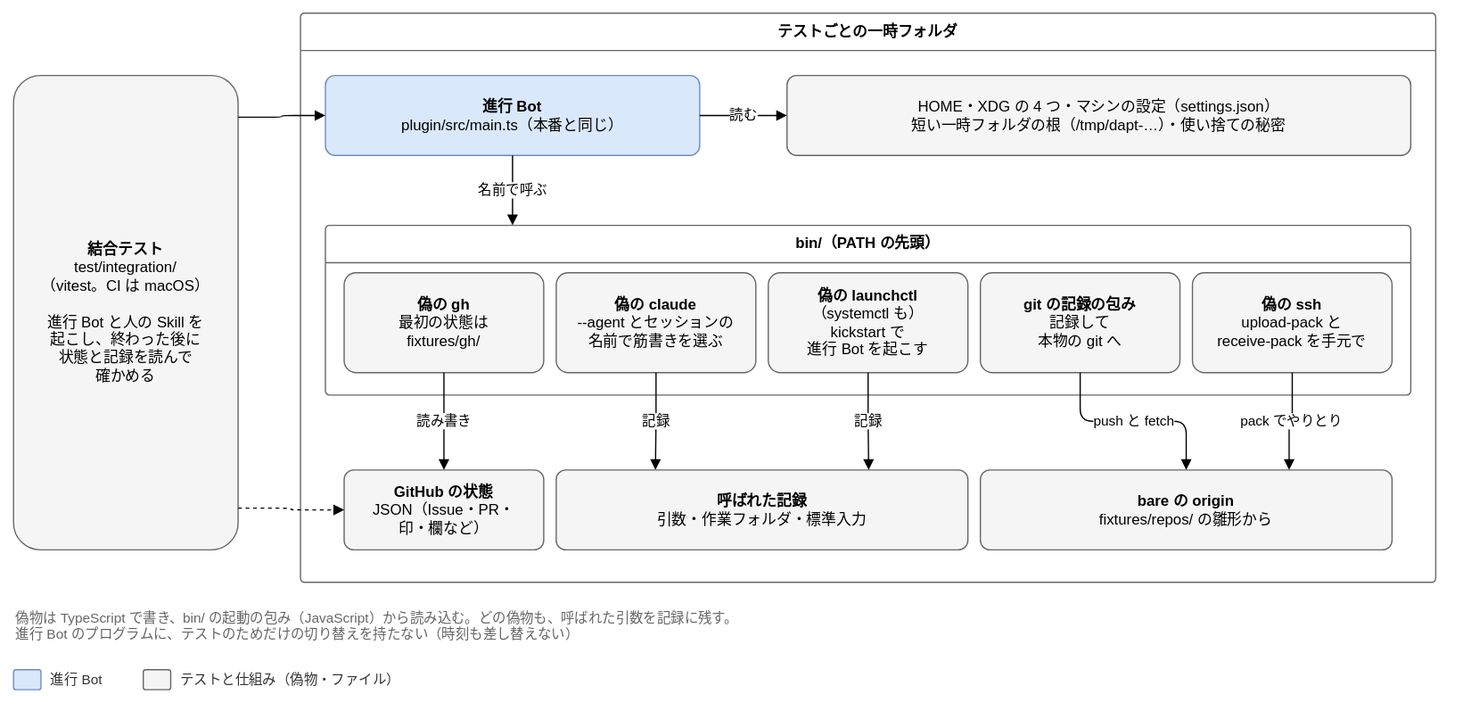
Before: docs/design/basic/diagrams/05-integration.drawio.svg, a diagram exported from draw.io (Joymerrevent/dev-autopilot). Source tidied: cells renumbered, new cells last; positions are measured from the earlier drawing's top-left corner, leaving out a move shared by most shapes.
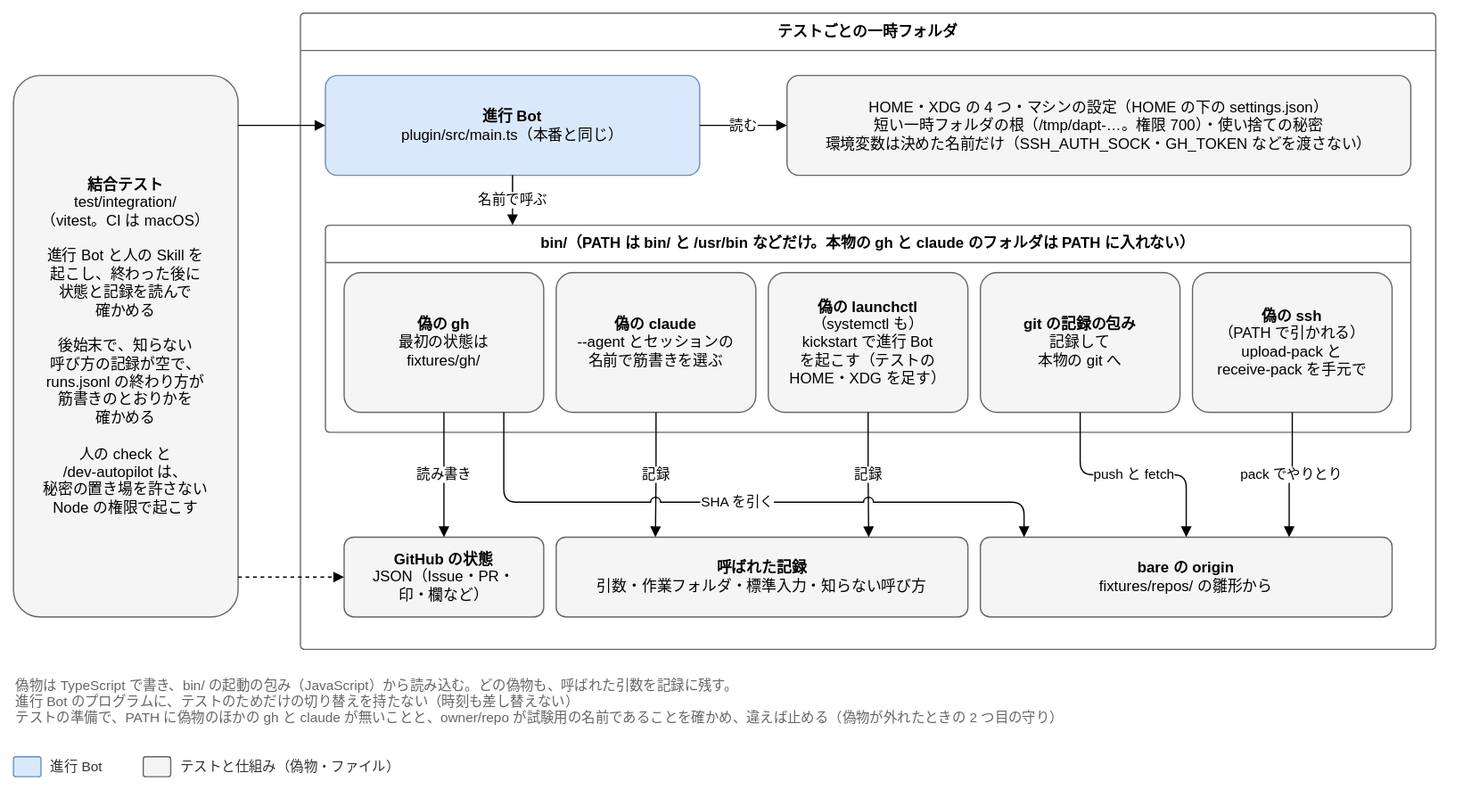
The same diagram one commit later.

Commit message:
docs: 基本設計の 2 回目の再レビューに合わせて、テストの設計を直す

M-47、M-71〜M-79 を直した。結合テストの後始末で知らない呼び方と runs.jsonl の終わり方を確かめ、否定の確かめに
肯定の対照を組にする。このブランチで決めた、記録を失ったとみなす判定・CLAUDE.local.md の確かめ・止める相手・
review-too-long・ruleset の bypass の比べ方・branch-without-pr のテストを足した。

Claude-Session: https://claude.ai/code/session_01X8Kd2Wb1TrYub8Ee3W1tDX

Diff of the diagram source:
```diff
@@ -2,43 +2,43 @@
   <root>
     <mxCell id="0" />
     <mxCell id="1" parent="0" />
-    <mxCell id="2" value="&lt;b&gt;結合テスト&lt;/b&gt;&lt;br&gt;test/integration/&lt;br&gt;（vitest。CI は macOS）&lt;br&gt;&lt;br&gt;進行 Bot と人の Skill を&lt;br&gt;起こし、終わった後に&lt;br&gt;状態と記録を読んで&lt;br&gt;確かめる" style="rounded=1;whiteSpace=wrap;html=1;fontSize=12;arcSize=12;spacing=12;fillColor=#f5f5f5;strokeColor=#666666;" parent="1" vertex="1">
-      <mxGeometry y="50" width="180" height="380" as="geometry" />
+    <mxCell id="2" value="&lt;b&gt;結合テスト&lt;/b&gt;&lt;br&gt;test/integration/&lt;br&gt;（vitest。CI は macOS）&lt;br&gt;&lt;br&gt;進行 Bot と人の Skill を&lt;br&gt;起こし、終わった後に&lt;br&gt;状態と記録を読んで&lt;br&gt;確かめる&lt;br&gt;&lt;br&gt;後始末で、知らない&lt;br&gt;呼び方の記録が空で、&lt;br&gt;runs.jsonl の終わり方が&lt;br&gt;筋書きのとおりかを&lt;br&gt;確かめる&lt;br&gt;&lt;br&gt;人の check と&lt;br&gt;/dev-autopilot は、&lt;br&gt;秘密の置き場を許さない&lt;br&gt;Node の権限で起こす" style="rounded=1;whiteSpace=wrap;html=1;fontSize=12;arcSize=12;spacing=12;fillColor=#f5f5f5;strokeColor=#666666;" parent="1" vertex="1">
+      <mxGeometry y="50" width="180" height="434" as="geometry" />
     </mxCell>
     <mxCell id="3" value="テストごとの一時フォルダ" style="swimlane;startSize=30;html=1;whiteSpace=wrap;rounded=1;arcSize=4;fontStyle=1;fontSize=12;strokeColor=#666666;fillColor=none;swimlaneFillColor=none;" parent="1" vertex="1">
-      <mxGeometry x="230" width="910" height="456" as="geometry" />
+      <mxGeometry x="230" width="910" height="510" as="geometry" />
     </mxCell>
     <mxCell id="4" value="&lt;b&gt;進行 Bot&lt;/b&gt;&lt;br&gt;plugin/src/main.ts（本番と同じ）" style="rounded=1;whiteSpace=wrap;html=1;fontSize=12;arcSize=12;spacing=12;fillColor=#dae8fc;strokeColor=#6c8ebf;" parent="1" vertex="1">
-      <mxGeometry x="250" y="50" width="300" height="64" as="geometry" />
+      <mxGeometry x="250" y="50" width="300" height="80" as="geometry" />
     </mxCell>
-    <mxCell id="5" value="HOME・XDG の 4 つ・マシンの設定（settings.json）&lt;br&gt;短い一時フォルダの根（/tmp/dapt-…）・使い捨ての秘密" style="rounded=1;whiteSpace=wrap;html=1;fontSize=12;arcSize=12;spacing=12;fillColor=#f5f5f5;strokeColor=#666666;" parent="1" vertex="1">
-      <mxGeometry x="620" y="50" width="500" height="64" as="geometry" />
+    <mxCell id="5" value="HOME・XDG の 4 つ・マシンの設定（HOME の下の settings.json）&lt;br&gt;短い一時フォルダの根（/tmp/dapt-…。権限 700）・使い捨ての秘密&lt;br&gt;環境変数は決めた名前だけ（SSH_AUTH_SOCK・GH_TOKEN などを渡さない）" style="rounded=1;whiteSpace=wrap;html=1;fontSize=12;arcSize=12;spacing=12;fillColor=#f5f5f5;strokeColor=#666666;" parent="1" vertex="1">
+      <mxGeometry x="620" y="50" width="500" height="80" as="geometry" />
     </mxCell>
-    <mxCell id="6" value="bin/（PATH の先頭）" style="swimlane;startSize=30;html=1;whiteSpace=wrap;rounded=1;arcSize=4;fontStyle=1;fontSize=12;strokeColor=#666666;fillColor=none;swimlaneFillColor=none;" parent="1" vertex="1">
-      <mxGeometry x="250" y="170" width="870" height="136" as="geometry" />
+    <mxCell id="6" value="bin/（PATH は bin/ と /usr/bin などだけ。本物の gh と claude のフォルダは PATH に入れない）" style="swimlane;startSize=30;html=1;whiteSpace=wrap;rounded=1;arcSize=4;fontStyle=1;fontSize=12;strokeColor=#666666;fillColor=none;swimlaneFillColor=none;" parent="1" vertex="1">
+      <mxGeometry x="250" y="170" width="870" height="166" as="geometry" />
     </mxCell>
     <mxCell id="7" value="&lt;b&gt;偽の gh&lt;/b&gt;&lt;br&gt;最初の状態は&lt;br&gt;fixtures/gh/" style="rounded=1;whiteSpace=wrap;html=1;fontSize=12;arcSize=12;spacing=12;fillColor=#f5f5f5;strokeColor=#666666;" parent="1" vertex="1">
-      <mxGeometry x="265" y="208" width="160" height="80" as="geometry" />
+      <mxGeometry x="265" y="208" width="160" height="112" as="geometry" />
     </mxCell>
     <mxCell id="8" value="&lt;b&gt;偽の claude&lt;/b&gt;&lt;br&gt;--agent とセッションの&lt;br&gt;名前で筋書きを選ぶ" style="rounded=1;whiteSpace=wrap;html=1;fontSize=12;arcSize=12;spacing=12;fillColor=#f5f5f5;strokeColor=#666666;" parent="1" vertex="1">
-      <mxGeometry x="435" y="208" width="160" height="80" as="geometry" />
+      <mxGeometry x="435" y="208" width="160" height="112" as="geometry" />
     </mxCell>
-    <mxCell id="9" value="&lt;b&gt;偽の launchctl&lt;/b&gt;&lt;br&gt;（systemctl も）&lt;br&gt;kickstart で&lt;br&gt;進行 Bot を起こす" style="rounded=1;whiteSpace=wrap;html=1;fontSize=12;arcSize=12;spacing=12;fillColor=#f5f5f5;strokeColor=#666666;" parent="1" vertex="1">
-      <mxGeometry x="605" y="208" width="160" height="80" as="geometry" />
+    <mxCell id="9" value="&lt;b&gt;偽の launchctl&lt;/b&gt;&lt;br&gt;（systemctl も）&lt;br&gt;kickstart で進行 Bot&lt;br&gt;を起こす（テストの&lt;br&gt;HOME・XDG を足す）" style="rounded=1;whiteSpace=wrap;html=1;fontSize=12;arcSize=12;spacing=12;fillColor=#f5f5f5;strokeColor=#666666;" parent="1" vertex="1">
+      <mxGeometry x="605" y="208" width="160" height="112" as="geometry" />
     </mxCell>
     <mxCell id="10" value="&lt;b&gt;git の記録の包み&lt;/b&gt;&lt;br&gt;記録して&lt;br&gt;本物の git へ" style="rounded=1;whiteSpace=wrap;html=1;fontSize=12;arcSize=12;spacing=12;fillColor=#f5f5f5;strokeColor=#666666;" parent="1" vertex="1">
-      <mxGeometry x="775" y="208" width="160" height="80" as="geometry" />
+      <mxGeometry x="775" y="208" width="160" height="112" as="geometry" />
     </mxCell>
     <mxCell id="11" value="&lt;b&gt;GitHub の状態&lt;/b&gt;&lt;br&gt;JSON（Issue・PR・&lt;br&gt;印・欄など）" style="rounded=1;whiteSpace=wrap;html=1;fontSize=12;arcSize=12;spacing=12;fillColor=#f5f5f5;strokeColor=#666666;" parent="1" vertex="1">
-      <mxGeometry x="265" y="366" width="160" height="64" as="geometry" />
+      <mxGeometry x="265" y="420" width="160" height="64" as="geometry" />
     </mxCell>
-    <mxCell id="12" value="&lt;b&gt;呼ばれた記録&lt;/b&gt;&lt;br&gt;引数・作業フォルダ・標準入力" style="rounded=1;whiteSpace=wrap;html=1;fontSize=12;arcSize=12;spacing=12;fillColor=#f5f5f5;strokeColor=#666666;" parent="1" vertex="1">
-      <mxGeometry x="435" y="366" width="330" height="64" as="geometry" />
+    <mxCell id="12" value="&lt;b&gt;呼ばれた記録&lt;/b&gt;&lt;br&gt;引数・作業フォルダ・標準入力・知らない呼び方" style="rounded=1;whiteSpace=wrap;html=1;fontSize=12;arcSize=12;spacing=12;fillColor=#f5f5f5;strokeColor=#666666;" parent="1" vertex="1">
+      <mxGeometry x="435" y="420" width="330" height="64" as="geometry" />
     </mxCell>
     <mxCell id="13" value="&lt;b&gt;bare の origin&lt;/b&gt;&lt;br&gt;fixtures/repos/ の雛形から" style="rounded=1;whiteSpace=wrap;html=1;fontSize=12;arcSize=12;spacing=12;fillColor=#f5f5f5;strokeColor=#666666;" parent="1" vertex="1">
-      <mxGeometry x="775" y="366" width="330" height="64" as="geometry" />
+      <mxGeometry x="775" y="420" width="330" height="64" as="geometry" />
     </mxCell>
-    <mxCell id="14" style="edgeStyle=orthogonalEdgeStyle;rounded=1;html=1;endArrow=block;endFill=1;fontSize=11;labelBackgroundColor=#ffffff;exitX=1;exitY=0.0879;exitDx=0;exitDy=0;entryX=0;entryY=0.5;entryDx=0;entryDy=0;" parent="1" edge="1" source="2" target="4">
+    <mxCell id="14" style="edgeStyle=orthogonalEdgeStyle;rounded=1;html=1;endArrow=block;endFill=1;fontSize=11;labelBackgroundColor=#ffffff;exitX=1;exitY=0.0922;exitDx=0;exitDy=0;entryX=0;entryY=0.5;entryDx=0;entryDy=0;" parent="1" edge="1" source="2" target="4">
       <mxGeometry relative="1" as="geometry" />
     </mxCell>
     <mxCell id="15" value="読む" style="edgeStyle=orthogonalEdgeStyle;rounded=1;html=1;endArrow=block;endFill=1;fontSize=11;labelBackgroundColor=#ffffff;exitX=1;exitY=0.5;exitDx=0;exitDy=0;entryX=0;entryY=0.5;entryDx=0;entryDy=0;" parent="1" edge="1" source="4" target="5">
@@ -59,29 +59,37 @@
     <mxCell id="20" value="push と fetch" style="edgeStyle=orthogonalEdgeStyle;rounded=1;html=1;endArrow=block;endFill=1;fontSize=11;labelBackgroundColor=#ffffff;exitX=0.5;exitY=1;exitDx=0;exitDy=0;entryX=0.5;entryY=0;entryDx=0;entryDy=0;" parent="1" edge="1" source="10" target="13">
       <mxGeometry relative="1" as="geometry" />
     </mxCell>
-    <mxCell id="21" style="edgeStyle=orthogonalEdgeStyle;rounded=1;html=1;endArrow=block;endFill=1;fontSize=11;labelBackgroundColor=#ffffff;dashed=1;exitX=1;exitY=0.912;exitDx=0;exitDy=0;entryX=0;entryY=0.5;entryDx=0;entryDy=0;" parent="1" edge="1" source="2" target="11">
+    <mxCell id="21" style="edgeStyle=orthogonalEdgeStyle;rounded=1;html=1;endArrow=block;endFill=1;fontSize=11;labelBackgroundColor=#ffffff;dashed=1;exitX=1;exitY=0.9263;exitDx=0;exitDy=0;entryX=0;entryY=0.5;entryDx=0;entryDy=0;" parent="1" edge="1" source="2" target="11">
       <mxGeometry relative="1" as="geometry" />
     </mxCell>
-    <mxCell id="22" value="偽物は TypeScript で書き、bin/ の起動の包み（JavaScript）から読み込む。どの偽物も、呼ばれた引数を記録に残す。&lt;br&gt;進行 Bot のプログラムに、テストのためだけの切り替えを持たない（時刻も差し替えない）" style="text;html=1;whiteSpace=wrap;align=left;verticalAlign=top;fontSize=11;fontColor=#666666;" parent="1" vertex="1">
-      <mxGeometry y="472" width="1140" height="36" as="geometry" />
+    <mxCell id="22" value="偽物は TypeScript で書き、bin/ の起動の包み（JavaScript）から読み込む。どの偽物も、呼ばれた引数を記録に残す。&lt;br&gt;進行 Bot のプログラムに、テストのためだけの切り替えを持たない（時刻も差し替えない）&lt;br&gt;テストの準備で、PATH に偽物のほかの gh と claude が無いことと、owner/repo が試験用の名前であることを確かめ、違えば止める（偽物が外れたときの 2 つ目の守り）" style="text;html=1;whiteSpace=wrap;align=left;verticalAlign=top;fontSize=11;fontColor=#666666;" parent="1" vertex="1">
+      <mxGeometry y="526" width="1140" height="52" as="geometry" />
     </mxCell>
     <mxCell id="23" style="rounded=1;whiteSpace=wrap;html=1;fontSize=12;arcSize=12;spacing=12;fillColor=#dae8fc;strokeColor=#6c8ebf;" parent="1" vertex="1">
-      <mxGeometry y="526" width="22" height="16" as="geometry" />
+      <mxGeometry y="596" width="22" height="16" as="geometry" />
     </mxCell>
     <mxCell id="24" value="進行 Bot" style="text;html=1;align=left;verticalAlign=middle;fontSize=11;fontColor=#333333;" parent="1" vertex="1">
-      <mxGeometry x="28" y="524" width="60" height="20" as="geometry" />
+      <mxGeometry x="28" y="594" width="60" height="20" as="geometry" />
     </mxCell>
     <mxCell id="25" style="rounded=1;whiteSpace=wrap;html=1;fontSize=12;arcSize=12;spacing=12;fillColor=#f5f5f5;strokeColor=#666666;" parent="1" vertex="1">
-      <mxGeometry x="104" y="526" width="22" height="16" as="geometry" />
+      <mxGeometry x="104" y="596" width="22" height="16" as="geometry" />
     </mxCell>
     <mxCell id="26" value="テストと仕組み（偽物・ファイル）" style="text;html=1;align=left;verticalAlign=middle;fontSize=11;fontColor=#333333;" parent="1" vertex="1">
-      <mxGeometry x="132" y="524" width="200" height="20" as="geometry" />
+      <mxGeometry x="132" y="594" width="200" height="20" as="geometry" />
     </mxCell>
-    <mxCell id="27" value="&lt;b&gt;偽の ssh&lt;/b&gt;&lt;br&gt;upload-pack と&lt;br&gt;receive-pack を手元で" style="rounded=1;whiteSpace=wrap;html=1;fontSize=12;arcSize=12;spacing=12;fillColor=#f5f5f5;strokeColor=#666666;" parent="1" vertex="1">
-      <mxGeometry x="945" y="208" width="160" height="80" as="geometry" />
+    <mxCell id="27" value="&lt;b&gt;偽の ssh&lt;/b&gt;&lt;br&gt;（PATH で引かれる）&lt;br&gt;upload-pack と&lt;br&gt;receive-pack を手元で" style="rounded=1;whiteSpace=wrap;html=1;fontSize=12;arcSize=12;spacing=12;fillColor=#f5f5f5;strokeColor=#666666;" parent="1" vertex="1">
+      <mxGeometry x="945" y="208" width="160" height="112" as="geometry" />
     </mxCell>
     <mxCell id="28" value="pack でやりとり" style="edgeStyle=orthogonalEdgeStyle;rounded=1;html=1;endArrow=block;endFill=1;fontSize=11;labelBackgroundColor=#ffffff;exitX=0.5;exitY=1;exitDx=0;exitDy=0;entryX=0.75;entryY=0;entryDx=0;entryDy=0;" parent="1" edge="1" source="27" target="13">
       <mxGeometry relative="1" as="geometry" />
     </mxCell>
+    <mxCell id="29" value="SHA を引く" style="edgeStyle=orthogonalEdgeStyle;rounded=1;html=1;endArrow=block;endFill=1;fontSize=11;labelBackgroundColor=#ffffff;jumpStyle=arc;jumpSize=8;exitX=0.8;exitY=1;exitDx=0;exitDy=0;entryX=0.1061;entryY=0;entryDx=0;entryDy=0;" parent="1" edge="1" source="7" target="13">
+      <mxGeometry relative="1" as="geometry">
+        <Array as="points">
+          <mxPoint x="393" y="392" />
+          <mxPoint x="810" y="392" />
+        </Array>
+      </mxGeometry>
+    </mxCell>
   </root>
 </mxGraphModel>
```
